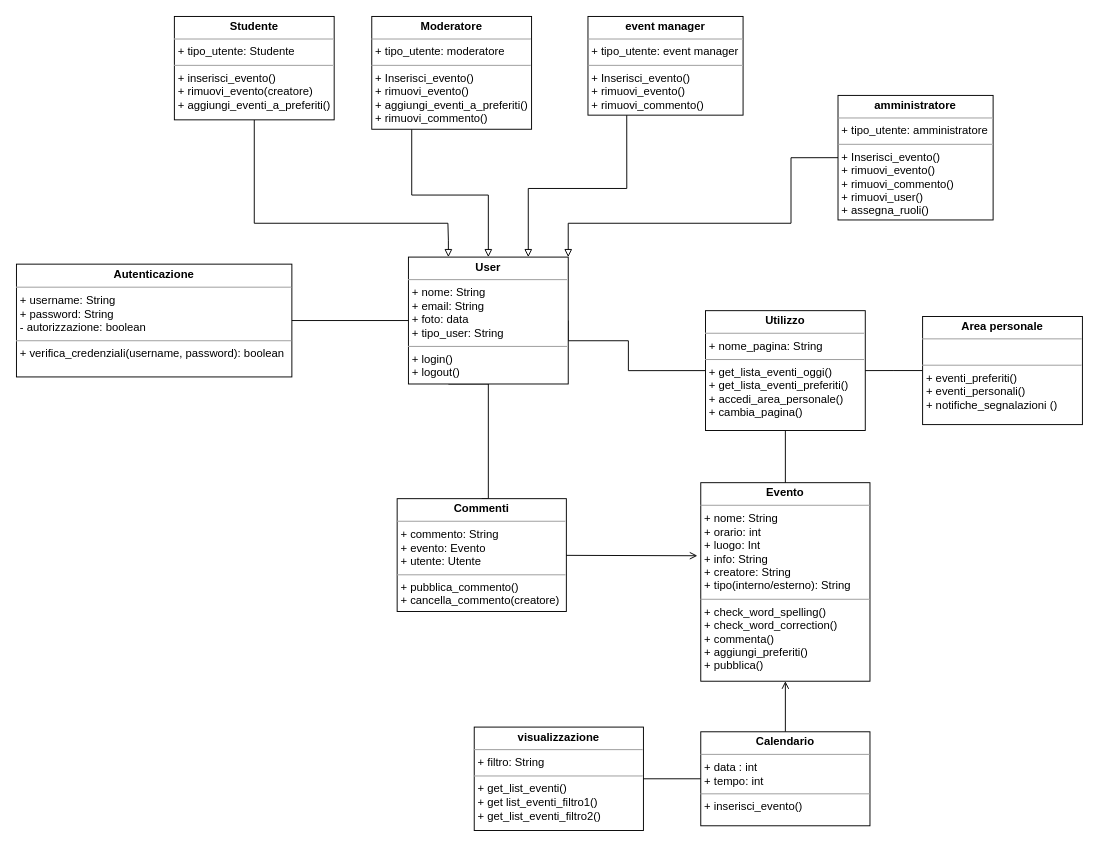
The draw.io diagram diagrams/4.class_diagram/Class_diagram_IS.drawio in tomasel/IS_Univents, before the edit. Source tidied: cells renumbered, new cells numbered last; positions are measured from the earlier drawing's top-left corner, leaving out a move shared by most shapes. Both pictures are drawn from the tidied source at 94%, with x=0, y=0 at pixel (16, 16).
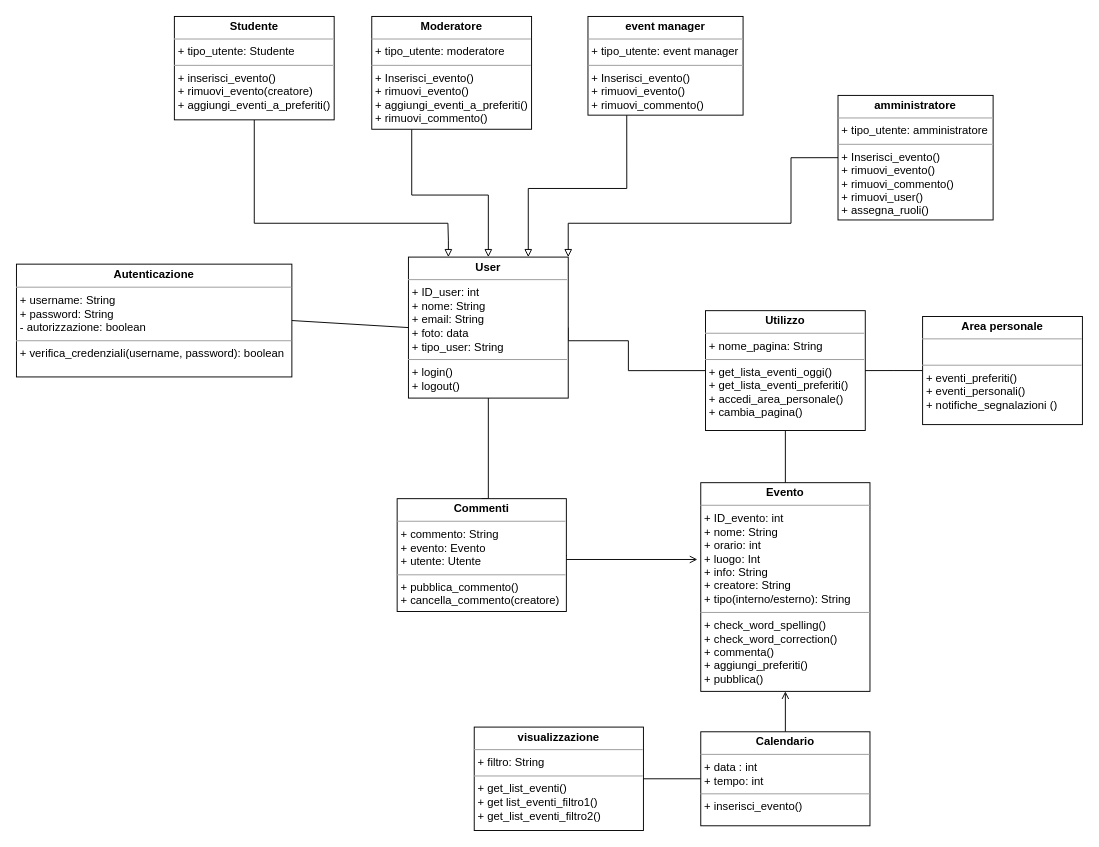
The same page after the edit.

What changed in the source:
```diff
@@
-    <mxCell id="8" value="&lt;p style=&quot;margin: 0px ; margin-top: 4px ; text-align: center&quot;&gt;&lt;b&gt;User&lt;/b&gt;&lt;/p&gt;&lt;hr size=&quot;1&quot;&gt;&lt;p style=&quot;margin: 0px ; margin-left: 4px&quot;&gt;+ nome: String&lt;/p&gt;&lt;p style=&quot;margin: 0px ; margin-left: 4px&quot;&gt;+ email: String&lt;/p&gt;&lt;p style=&quot;margin: 0px ; margin-left: 4px&quot;&gt;&lt;span&gt;+ foto: data&lt;/span&gt;&lt;/p&gt;&lt;p style=&quot;margin: 0px ; margin-left: 4px&quot;&gt;&lt;span&gt;+ tipo_user: String&lt;/span&gt;&lt;/p&gt;&lt;hr size=&quot;1&quot;&gt;&lt;p style=&quot;margin: 0px ; margin-left: 4px&quot;&gt;+ login()&lt;/p&gt;&lt;p style=&quot;margin: 0px ; margin-left: 4px&quot;&gt;+ logout()&lt;/p&gt;&lt;p style=&quot;margin: 0px 0px 0px 4px&quot;&gt;&lt;br&gt;&lt;/p&gt;" style="verticalAlign=top;align=left;overflow=fill;fontSize=12;fontFamily=Helvetica;html=1;" parent="1" vertex="1">
-      <mxGeometry x="417" y="256" width="170" height="135" as="geometry" />
+    <mxCell id="8" value="&lt;p style=&quot;margin: 0px ; margin-top: 4px ; text-align: center&quot;&gt;&lt;b&gt;User&lt;/b&gt;&lt;/p&gt;&lt;hr size=&quot;1&quot;&gt;&lt;p style=&quot;margin: 0px ; margin-left: 4px&quot;&gt;+ ID_user: int&lt;/p&gt;&lt;p style=&quot;margin: 0px ; margin-left: 4px&quot;&gt;+ nome: String&lt;/p&gt;&lt;p style=&quot;margin: 0px ; margin-left: 4px&quot;&gt;+ email: String&lt;/p&gt;&lt;p style=&quot;margin: 0px ; margin-left: 4px&quot;&gt;&lt;span&gt;+ foto: data&lt;/span&gt;&lt;/p&gt;&lt;p style=&quot;margin: 0px ; margin-left: 4px&quot;&gt;&lt;span&gt;+ tipo_user: String&lt;/span&gt;&lt;/p&gt;&lt;hr size=&quot;1&quot;&gt;&lt;p style=&quot;margin: 0px ; margin-left: 4px&quot;&gt;+ login()&lt;/p&gt;&lt;p style=&quot;margin: 0px ; margin-left: 4px&quot;&gt;+ logout()&lt;/p&gt;&lt;p style=&quot;margin: 0px 0px 0px 4px&quot;&gt;&lt;br&gt;&lt;/p&gt;" style="verticalAlign=top;align=left;overflow=fill;fontSize=12;fontFamily=Helvetica;html=1;" parent="1" vertex="1">
+      <mxGeometry x="417" y="256" width="170" height="150" as="geometry" />
     </mxCell>
@@
-    <mxCell id="13" value="&lt;p style=&quot;margin: 0px ; margin-top: 4px ; text-align: center&quot;&gt;&lt;b&gt;Evento&lt;/b&gt;&lt;/p&gt;&lt;hr size=&quot;1&quot;&gt;&lt;p style=&quot;margin: 0px ; margin-left: 4px&quot;&gt;+ nome: String&lt;/p&gt;&lt;p style=&quot;margin: 0px ; margin-left: 4px&quot;&gt;+ orario: int&lt;/p&gt;&lt;p style=&quot;margin: 0px ; margin-left: 4px&quot;&gt;+ luogo: Int&lt;/p&gt;&lt;p style=&quot;margin: 0px ; margin-left: 4px&quot;&gt;+ info: String&lt;/p&gt;&lt;p style=&quot;margin: 0px ; margin-left: 4px&quot;&gt;+ creatore: String&lt;/p&gt;&lt;p style=&quot;margin: 0px ; margin-left: 4px&quot;&gt;+ tipo(interno/esterno): String&lt;/p&gt;&lt;hr size=&quot;1&quot;&gt;&lt;p style=&quot;margin: 0px ; margin-left: 4px&quot;&gt;&lt;span&gt;+ check_word_spelling&lt;/span&gt;&lt;span&gt;()&lt;/span&gt;&lt;br&gt;&lt;/p&gt;&lt;p style=&quot;margin: 0px ; margin-left: 4px&quot;&gt;&lt;span&gt;+ check_word_correction()&lt;/span&gt;&lt;/p&gt;&lt;p style=&quot;margin: 0px ; margin-left: 4px&quot;&gt;&lt;span&gt;+ commenta()&lt;/span&gt;&lt;/p&gt;&lt;p style=&quot;margin: 0px ; margin-left: 4px&quot;&gt;&lt;span&gt;+ aggiungi_preferiti()&lt;/span&gt;&lt;/p&gt;&lt;p style=&quot;margin: 0px ; margin-left: 4px&quot;&gt;&lt;span&gt;+ pubblica()&lt;/span&gt;&lt;/p&gt;&lt;span style=&quot;color: rgba(0 , 0 , 0 , 0) ; font-family: monospace ; font-size: 0px&quot;&gt;%3CmxGraphModel%3E%3Croot%3E%3CmxCell%20id%3D%220%22%2F%3E%3CmxCell%20id%3D%221%22%20parent%3D%220%22%2F%3E%3CmxCell%20id%3D%222%22%20value%3D%22%26lt%3Bp%20style%3D%26quot%3Bmargin%3A%200px%20%3B%20margin-top%3A%204px%20%3B%20text-align%3A%20center%26quot%3B%26gt%3B%26lt%3Bb%26gt%3BStudente%26lt%3B%2Fb%26gt%3B%26lt%3B%2Fp%26gt%3B%26lt%3Bhr%20size%3D%26quot%3B1%26quot%3B%26gt%3B%26lt%3Bp%20style%3D%26quot%3Bmargin%3A%200px%20%3B%20margin-left%3A%204px%26quot%3B%26gt%3Blista_eventi_creati%26lt%3B%2Fp%26gt%3B%26lt%3Bp%20style%3D%26quot%3Bmargin%3A%200px%20%3B%20margin-left%3A%204px%26quot%3B%26gt%3Blista_eventi_preferiti%26lt%3B%2Fp%26gt%3B%26lt%3Bhr%20size%3D%26quot%3B1%26quot%3B%26gt%3B%26lt%3Bp%20style%3D%26quot%3Bmargin%3A%200px%20%3B%20margin-left%3A%204px%26quot%3B%26gt%3Bcommenta()%26lt%3B%2Fp%26gt%3B%26lt%3Bp%20style%3D%26quot%3Bmargin%3A%200px%20%3B%20margin-left%3A%204px%26quot%3B%26gt%3BInserisci_evento()%26lt%3B%2Fp%26gt%3B%26lt%3Bp%20style%3D%26quot%3Bmargin%3A%200px%20%3B%20margin-left%3A%204px%26quot%3B%26gt%3Brimuovi_evento(creatore)%26lt%3B%2Fp%26gt%3B%26lt%3Bp%20style%3D%26quot%3Bmargin%3A%200px%20%3B%20margin-left%3A%204px%26quot%3B%26gt%3B%26lt%3Bbr%26gt%3B%26lt%3B%2Fp%26gt%3B%26lt%3Bp%20style%3D%26quot%3Bmargin%3A%200px%20%3B%20margin-left%3A%204px%26quot%3B%26gt%3B%26lt%3Bbr%26gt%3B%26lt%3B%2Fp%26gt%3B%22%20style%3D%22verticalAlign%3Dtop%3Balign%3Dleft%3Boverflow%3Dfill%3BfontSize%3D12%3BfontFamily%3DHelvetica%3Bhtml%3D1%3B%22%20vertex%3D%221%22%20parent%3D%221%22%3E%3CmxGeometry%20x%3D%22120%22%20y%3D%22495%22%20width%3D%22160%22%20height%3D%22185%22%20as%3D%22geometry%22%2F%3E%3C%2FmxCell%3E%3C%2Froot%3E%3C%2FmxGraphModel%3&lt;br&gt;&lt;/span&gt;&lt;p style=&quot;margin: 0px ; margin-left: 4px&quot;&gt;&lt;br&gt;&lt;/p&gt;" style="verticalAlign=top;align=left;overflow=fill;fontSize=12;fontFamily=Helvetica;html=1;" parent="1" vertex="1">
-      <mxGeometry x="728" y="496" width="180" height="211.2" as="geometry" />
+    <mxCell id="13" value="&lt;p style=&quot;margin: 0px ; margin-top: 4px ; text-align: center&quot;&gt;&lt;b&gt;Evento&lt;/b&gt;&lt;/p&gt;&lt;hr size=&quot;1&quot;&gt;&lt;p style=&quot;margin: 0px ; margin-left: 4px&quot;&gt;+ ID_evento: int&lt;/p&gt;&lt;p style=&quot;margin: 0px ; margin-left: 4px&quot;&gt;+ nome: String&lt;/p&gt;&lt;p style=&quot;margin: 0px ; margin-left: 4px&quot;&gt;+ orario: int&lt;/p&gt;&lt;p style=&quot;margin: 0px ; margin-left: 4px&quot;&gt;+ luogo: Int&lt;/p&gt;&lt;p style=&quot;margin: 0px ; margin-left: 4px&quot;&gt;+ info: String&lt;/p&gt;&lt;p style=&quot;margin: 0px ; margin-left: 4px&quot;&gt;+ creatore: String&lt;/p&gt;&lt;p style=&quot;margin: 0px ; margin-left: 4px&quot;&gt;+ tipo(interno/esterno): String&lt;/p&gt;&lt;hr size=&quot;1&quot;&gt;&lt;p style=&quot;margin: 0px ; margin-left: 4px&quot;&gt;&lt;span&gt;+ check_word_spelling&lt;/span&gt;&lt;span&gt;()&lt;/span&gt;&lt;br&gt;&lt;/p&gt;&lt;p style=&quot;margin: 0px ; margin-left: 4px&quot;&gt;&lt;span&gt;+ check_word_correction()&lt;/span&gt;&lt;/p&gt;&lt;p style=&quot;margin: 0px ; margin-left: 4px&quot;&gt;&lt;span&gt;+ commenta()&lt;/span&gt;&lt;/p&gt;&lt;p style=&quot;margin: 0px ; margin-left: 4px&quot;&gt;&lt;span&gt;+ aggiungi_preferiti()&lt;/span&gt;&lt;/p&gt;&lt;p style=&quot;margin: 0px ; margin-left: 4px&quot;&gt;&lt;span&gt;+ pubblica()&lt;/span&gt;&lt;/p&gt;&lt;span style=&quot;color: rgba(0 , 0 , 0 , 0) ; font-family: monospace ; font-size: 0px&quot;&gt;%3CmxGraphModel%3E%3Croot%3E%3CmxCell%20id%3D%220%22%2F%3E%3CmxCell%20id%3D%221%22%20parent%3D%220%22%2F%3E%3CmxCell%20id%3D%222%22%20value%3D%22%26lt%3Bp%20style%3D%26quot%3Bmargin%3A%200px%20%3B%20margin-top%3A%204px%20%3B%20text-align%3A%20center%26quot%3B%26gt%3B%26lt%3Bb%26gt%3BStudente%26lt%3B%2Fb%26gt%3B%26lt%3B%2Fp%26gt%3B%26lt%3Bhr%20size%3D%26quot%3B1%26quot%3B%26gt%3B%26lt%3Bp%20style%3D%26quot%3Bmargin%3A%200px%20%3B%20margin-left%3A%204px%26quot%3B%26gt%3Blista_eventi_creati%26lt%3B%2Fp%26gt%3B%26lt%3Bp%20style%3D%26quot%3Bmargin%3A%200px%20%3B%20margin-left%3A%204px%26quot%3B%26gt%3Blista_eventi_preferiti%26lt%3B%2Fp%26gt%3B%26lt%3Bhr%20size%3D%26quot%3B1%26quot%3B%26gt%3B%26lt%3Bp%20style%3D%26quot%3Bmargin%3A%200px%20%3B%20margin-left%3A%204px%26quot%3B%26gt%3Bcommenta()%26lt%3B%2Fp%26gt%3B%26lt%3Bp%20style%3D%26quot%3Bmargin%3A%200px%20%3B%20margin-left%3A%204px%26quot%3B%26gt%3BInserisci_evento()%26lt%3B%2Fp%26gt%3B%26lt%3Bp%20style%3D%26quot%3Bmargin%3A%200px%20%3B%20margin-left%3A%204px%26quot%3B%26gt%3Brimuovi_evento(creatore)%26lt%3B%2Fp%26gt%3B%26lt%3Bp%20style%3D%26quot%3Bmargin%3A%200px%20%3B%20margin-left%3A%204px%26quot%3B%26gt%3B%26lt%3Bbr%26gt%3B%26lt%3B%2Fp%26gt%3B%26lt%3Bp%20style%3D%26quot%3Bmargin%3A%200px%20%3B%20margin-left%3A%204px%26quot%3B%26gt%3B%26lt%3Bbr%26gt%3B%26lt%3B%2Fp%26gt%3B%22%20style%3D%22verticalAlign%3Dtop%3Balign%3Dleft%3Boverflow%3Dfill%3BfontSize%3D12%3BfontFamily%3DHelvetica%3Bhtml%3D1%3B%22%20vertex%3D%221%22%20parent%3D%221%22%3E%3CmxGeometry%20x%3D%22120%22%20y%3D%22495%22%20width%3D%22160%22%20height%3D%22185%22%20as%3D%22geometry%22%2F%3E%3C%2FmxCell%3E%3C%2Froot%3E%3C%2FmxGraphModel%3&lt;br&gt;&lt;/span&gt;&lt;p style=&quot;margin: 0px ; margin-left: 4px&quot;&gt;&lt;br&gt;&lt;/p&gt;" style="verticalAlign=top;align=left;overflow=fill;fontSize=12;fontFamily=Helvetica;html=1;" parent="1" vertex="1">
+      <mxGeometry x="728" y="496" width="180" height="222" as="geometry" />
     </mxCell>
```
